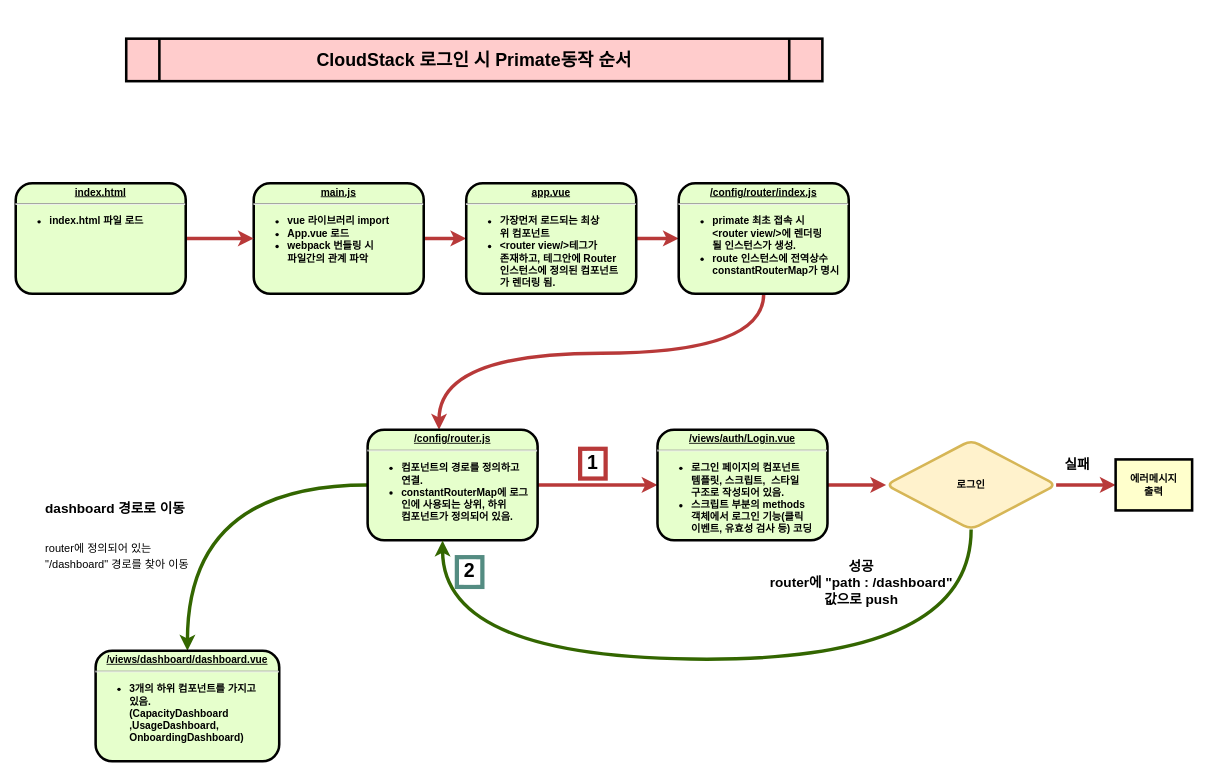
The draw.io diagram primate 다이어그램.drawio in stardom3645/wiki, before the edit. Source tidied: cells renumbered, new cells numbered last; positions are measured from the earlier drawing's top-left corner, leaving out a move shared by most shapes. Both pictures are drawn from the tidied source at 85%, with x=0, y=0 at pixel (15, 38).
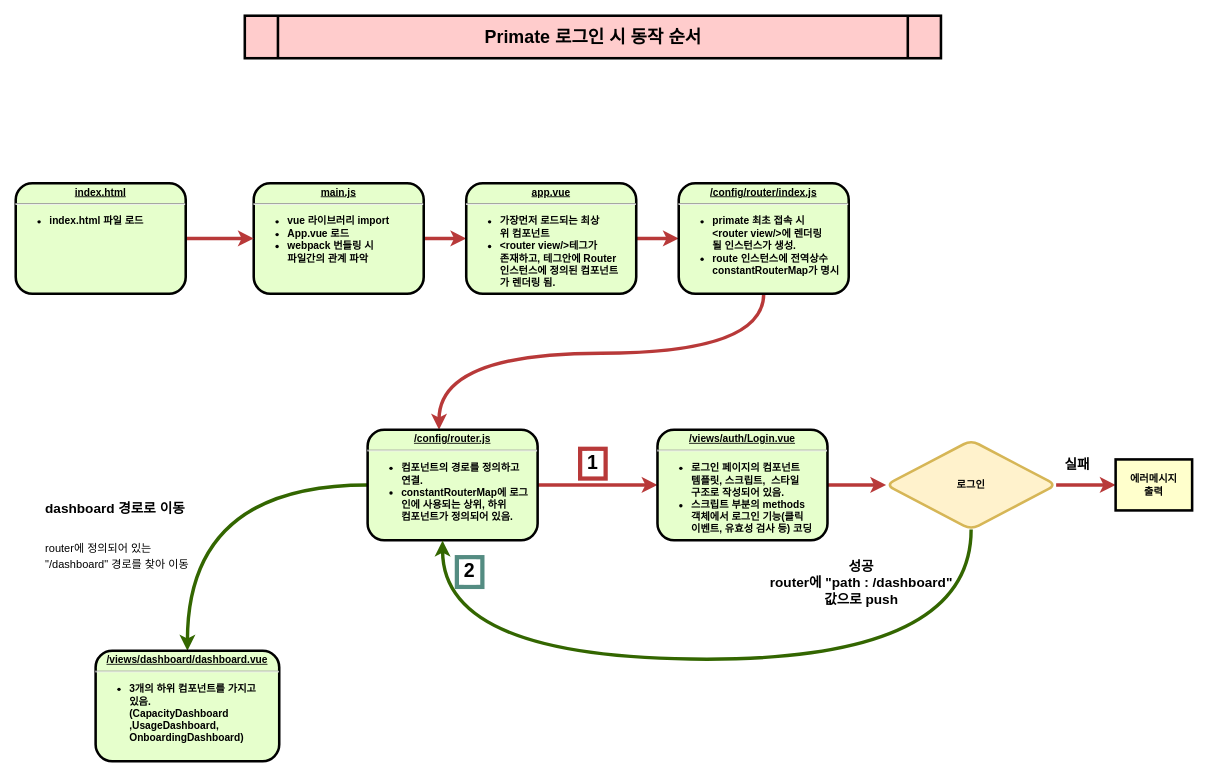
The same diagram, later.

Commit message:
primate 다이어그램.drawio 업데이트

Change to the diagram source:
```diff
@@
-    <mxCell id="2" value="CloudStack 로그인 시 Primate동작 순서" style="shape=process;whiteSpace=wrap;align=center;verticalAlign=middle;size=0.0475;fontStyle=1;strokeWidth=3;fillColor=#FFCCCC;fontSize=21;" parent="1" vertex="1">
-      <mxGeometry x="130" width="819" height="50" as="geometry" />
+    <mxCell id="2" value="Primate 로그인 시 동작 순서" style="shape=process;whiteSpace=wrap;align=center;verticalAlign=middle;size=0.0475;fontStyle=1;strokeWidth=3;fillColor=#FFCCCC;fontSize=21;" parent="1" vertex="1">
+      <mxGeometry x="269.5" y="-27" width="819" height="50" as="geometry" />
     </mxCell>
```
